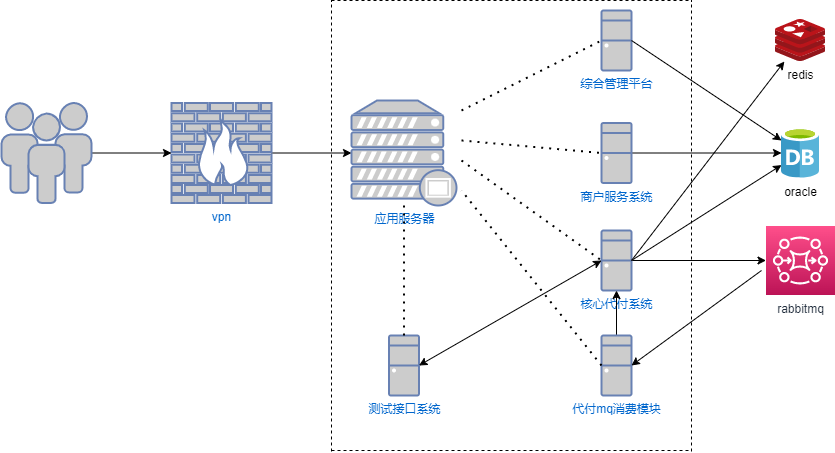
Earlier version of the draw.io export 代付部署架构图.png (songyibo2019/mydiagrams). Source tidied: cells renumbered, new cells last; positions are measured from the earlier drawing's top-left corner, leaving out a move shared by most shapes. Its diagram source:
```xml
<mxGraphModel>
  <root>
    <mxCell id="0" />
    <mxCell id="1" parent="0" />
    <mxCell id="2" style="edgeStyle=orthogonalEdgeStyle;rounded=0;jettySize=auto;html=1;exitX=1;exitY=0.5;exitDx=0;exitDy=0;exitPerimeter=0;entryX=0;entryY=0.5;entryDx=0;entryDy=0;entryPerimeter=0;" parent="1" edge="1" source="3" target="11">
      <mxGeometry relative="1" as="geometry" />
    </mxCell>
    <mxCell id="3" value="vpn" style="fontColor=#0066CC;verticalAlign=top;verticalLabelPosition=bottom;labelPosition=center;align=center;html=1;outlineConnect=0;fillColor=#CCCCCC;strokeColor=#6881B3;gradientColor=none;gradientDirection=north;strokeWidth=2;shape=mxgraph.networks.firewall;" parent="1" vertex="1">
      <mxGeometry x="170" y="102.5" width="100" height="100" as="geometry" />
    </mxCell>
    <mxCell id="4" value="综合管理平台" style="fontColor=#0066CC;verticalAlign=top;verticalLabelPosition=bottom;labelPosition=center;align=center;html=1;outlineConnect=0;fillColor=#CCCCCC;strokeColor=#6881B3;gradientColor=none;gradientDirection=north;strokeWidth=2;shape=mxgraph.networks.desktop_pc;" parent="1" vertex="1">
      <mxGeometry x="600" y="10" width="30" height="60" as="geometry" />
    </mxCell>
    <mxCell id="5" style="edgeStyle=orthogonalEdgeStyle;rounded=0;jettySize=auto;html=1;exitX=1;exitY=0.5;exitDx=0;exitDy=0;exitPerimeter=0;entryX=0;entryY=0.5;entryDx=0;entryDy=0;entryPerimeter=0;" parent="1" edge="1" source="6" target="3">
      <mxGeometry relative="1" as="geometry" />
    </mxCell>
    <mxCell id="6" style="fontColor=#0066CC;verticalAlign=top;verticalLabelPosition=bottom;labelPosition=center;align=center;html=1;outlineConnect=0;fillColor=#CCCCCC;strokeColor=#6881B3;gradientColor=none;gradientDirection=north;strokeWidth=2;shape=mxgraph.networks.users;" parent="1" vertex="1">
      <mxGeometry y="102.5" width="90" height="100" as="geometry" />
    </mxCell>
    <mxCell id="7" style="edgeStyle=orthogonalEdgeStyle;rounded=0;jettySize=auto;html=1;exitX=1;exitY=0.5;exitDx=0;exitDy=0;exitPerimeter=0;" parent="1" edge="1" source="8" target="14">
      <mxGeometry relative="1" as="geometry" />
    </mxCell>
    <mxCell id="8" value="商户服务系统" style="fontColor=#0066CC;verticalAlign=top;verticalLabelPosition=bottom;labelPosition=center;align=center;html=1;outlineConnect=0;fillColor=#CCCCCC;strokeColor=#6881B3;gradientColor=none;gradientDirection=north;strokeWidth=2;shape=mxgraph.networks.desktop_pc;" parent="1" vertex="1">
      <mxGeometry x="600" y="122.5" width="30" height="60" as="geometry" />
    </mxCell>
    <mxCell id="9" style="edgeStyle=orthogonalEdgeStyle;rounded=0;jettySize=auto;html=1;exitX=1;exitY=0.5;exitDx=0;exitDy=0;exitPerimeter=0;entryX=0;entryY=0.5;entryDx=0;entryDy=0;entryPerimeter=0;" parent="1" edge="1" source="10" target="13">
      <mxGeometry relative="1" as="geometry" />
    </mxCell>
    <mxCell id="10" value="核心代付系统" style="fontColor=#0066CC;verticalAlign=top;verticalLabelPosition=bottom;labelPosition=center;align=center;html=1;outlineConnect=0;fillColor=#CCCCCC;strokeColor=#6881B3;gradientColor=none;gradientDirection=north;strokeWidth=2;shape=mxgraph.networks.desktop_pc;" parent="1" vertex="1">
      <mxGeometry x="600" y="230" width="30" height="60" as="geometry" />
    </mxCell>
    <mxCell id="11" value="应用服务器" style="fontColor=#0066CC;verticalAlign=top;verticalLabelPosition=bottom;labelPosition=center;align=center;html=1;outlineConnect=0;fillColor=#CCCCCC;strokeColor=#6881B3;gradientColor=none;gradientDirection=north;strokeWidth=2;shape=mxgraph.networks.proxy_server;" parent="1" vertex="1">
      <mxGeometry x="350" y="100" width="105" height="105" as="geometry" />
    </mxCell>
    <mxCell id="12" value="redis" style="sketch=0;html=1;points=[];align=center;image;fontSize=12;image=img/lib/mscae/Cache_Redis_Product.svg;" parent="1" vertex="1">
      <mxGeometry x="774" y="19" width="50" height="42" as="geometry" />
    </mxCell>
    <mxCell id="13" value="rabbitmq" style="sketch=0;points=[[0,0,0],[0.25,0,0],[0.5,0,0],[0.75,0,0],[1,0,0],[0,1,0],[0.25,1,0],[0.5,1,0],[0.75,1,0],[1,1,0],[0,0.25,0],[0,0.5,0],[0,0.75,0],[1,0.25,0],[1,0.5,0],[1,0.75,0]];outlineConnect=0;fontColor=#232F3E;gradientColor=#FF4F8B;gradientDirection=north;fillColor=#BC1356;strokeColor=#ffffff;dashed=0;verticalLabelPosition=bottom;verticalAlign=top;align=center;html=1;fontSize=12;fontStyle=0;shape=mxgraph.aws4.resourceIcon;resIcon=mxgraph.aws4.mq;" parent="1" vertex="1">
      <mxGeometry x="764.5" y="225.5" width="69" height="69" as="geometry" />
    </mxCell>
    <mxCell id="14" value="oracle" style="sketch=0;html=1;points=[];align=center;image;fontSize=12;image=img/lib/mscae/Database_General.svg;" parent="1" vertex="1">
      <mxGeometry x="780" y="127.5" width="38" height="50" as="geometry" />
    </mxCell>
    <mxCell id="15" style="endArrow=classic;html=1;rounded=0;exitX=1;exitY=0.5;exitDx=0;exitDy=0;exitPerimeter=0;" parent="1" edge="1" source="4">
      <mxGeometry relative="1" as="geometry">
        <mxPoint x="780" y="140" as="targetPoint" />
      </mxGeometry>
    </mxCell>
    <mxCell id="16" style="endArrow=classic;html=1;rounded=0;exitX=1;exitY=0.5;exitDx=0;exitDy=0;exitPerimeter=0;" parent="1" edge="1" source="10" target="14">
      <mxGeometry relative="1" as="geometry" />
    </mxCell>
    <mxCell id="17" style="endArrow=none;dashed=1;html=1;rounded=0;" parent="1" edge="1">
      <mxGeometry relative="1" as="geometry">
        <mxPoint x="330" y="451" as="sourcePoint" />
        <mxPoint x="330" as="targetPoint" />
      </mxGeometry>
    </mxCell>
    <mxCell id="18" style="endArrow=none;dashed=1;html=1;rounded=0;" parent="1" edge="1">
      <mxGeometry relative="1" as="geometry">
        <mxPoint x="330" as="sourcePoint" />
        <mxPoint x="690" as="targetPoint" />
      </mxGeometry>
    </mxCell>
    <mxCell id="19" style="endArrow=none;dashed=1;html=1;rounded=0;" parent="1" edge="1">
      <mxGeometry relative="1" as="geometry">
        <mxPoint x="330" y="450" as="sourcePoint" />
        <mxPoint x="690" y="450" as="targetPoint" />
      </mxGeometry>
    </mxCell>
    <mxCell id="20" style="endArrow=none;dashed=1;html=1;rounded=0;" parent="1" edge="1">
      <mxGeometry relative="1" as="geometry">
        <mxPoint x="690" y="451" as="sourcePoint" />
        <mxPoint x="690" as="targetPoint" />
      </mxGeometry>
    </mxCell>
    <mxCell id="21" style="endArrow=none;dashed=1;html=1;dashPattern=1 3;strokeWidth=2;rounded=0;entryX=0;entryY=0.5;entryDx=0;entryDy=0;entryPerimeter=0;" parent="1" edge="1" target="4">
      <mxGeometry relative="1" as="geometry">
        <mxPoint x="460" y="110" as="sourcePoint" />
      </mxGeometry>
    </mxCell>
    <mxCell id="22" style="endArrow=none;dashed=1;html=1;dashPattern=1 3;strokeWidth=2;rounded=0;entryX=0;entryY=0.5;entryDx=0;entryDy=0;entryPerimeter=0;" parent="1" edge="1" target="8">
      <mxGeometry relative="1" as="geometry">
        <mxPoint x="460" y="140" as="sourcePoint" />
      </mxGeometry>
    </mxCell>
    <mxCell id="23" style="endArrow=none;dashed=1;html=1;dashPattern=1 3;strokeWidth=2;rounded=0;entryX=0;entryY=0.5;entryDx=0;entryDy=0;entryPerimeter=0;" parent="1" edge="1" target="10">
      <mxGeometry relative="1" as="geometry">
        <mxPoint x="460" y="160" as="sourcePoint" />
      </mxGeometry>
    </mxCell>
    <mxCell id="24" value="测试接口系统" style="fontColor=#0066CC;verticalAlign=top;verticalLabelPosition=bottom;labelPosition=center;align=center;html=1;outlineConnect=0;fillColor=#CCCCCC;strokeColor=#6881B3;gradientColor=none;gradientDirection=north;strokeWidth=2;shape=mxgraph.networks.desktop_pc;" parent="1" vertex="1">
      <mxGeometry x="387.5" y="335" width="30" height="60" as="geometry" />
    </mxCell>
    <mxCell id="25" style="endArrow=none;dashed=1;html=1;dashPattern=1 3;strokeWidth=2;rounded=0;exitX=0.5;exitY=0;exitDx=0;exitDy=0;exitPerimeter=0;" parent="1" edge="1" source="24" target="11">
      <mxGeometry relative="1" as="geometry" />
    </mxCell>
    <mxCell id="26" style="endArrow=classic;html=1;rounded=0;exitX=1;exitY=0.5;exitDx=0;exitDy=0;exitPerimeter=0;" parent="1" edge="1" source="10" target="12">
      <mxGeometry relative="1" as="geometry" />
    </mxCell>
    <mxCell id="27" style="edgeStyle=orthogonalEdgeStyle;rounded=0;jettySize=auto;html=1;exitX=0.5;exitY=0;exitDx=0;exitDy=0;exitPerimeter=0;" parent="1" edge="1" source="28" target="10">
      <mxGeometry relative="1" as="geometry" />
    </mxCell>
    <mxCell id="28" value="代付mq消费模块" style="fontColor=#0066CC;verticalAlign=top;verticalLabelPosition=bottom;labelPosition=center;align=center;html=1;outlineConnect=0;fillColor=#CCCCCC;strokeColor=#6881B3;gradientColor=none;gradientDirection=north;strokeWidth=2;shape=mxgraph.networks.desktop_pc;" parent="1" vertex="1">
      <mxGeometry x="600" y="335" width="30" height="60" as="geometry" />
    </mxCell>
    <mxCell id="29" style="endArrow=none;dashed=1;html=1;dashPattern=1 3;strokeWidth=2;rounded=0;exitX=0;exitY=0.5;exitDx=0;exitDy=0;exitPerimeter=0;" parent="1" edge="1" source="28">
      <mxGeometry relative="1" as="geometry">
        <mxPoint x="460" y="190" as="targetPoint" />
      </mxGeometry>
    </mxCell>
    <mxCell id="30" style="endArrow=classic;html=1;rounded=0;entryX=1;entryY=0.5;entryDx=0;entryDy=0;entryPerimeter=0;" parent="1" edge="1" target="28">
      <mxGeometry relative="1" as="geometry">
        <mxPoint x="760" y="270" as="sourcePoint" />
      </mxGeometry>
    </mxCell>
    <mxCell id="31" style="endArrow=classic;startArrow=classic;html=1;rounded=0;exitX=1;exitY=0.5;exitDx=0;exitDy=0;exitPerimeter=0;entryX=0;entryY=0.5;entryDx=0;entryDy=0;entryPerimeter=0;" parent="1" edge="1" source="24" target="10">
      <mxGeometry relative="1" as="geometry" />
    </mxCell>
  </root>
</mxGraphModel>
```
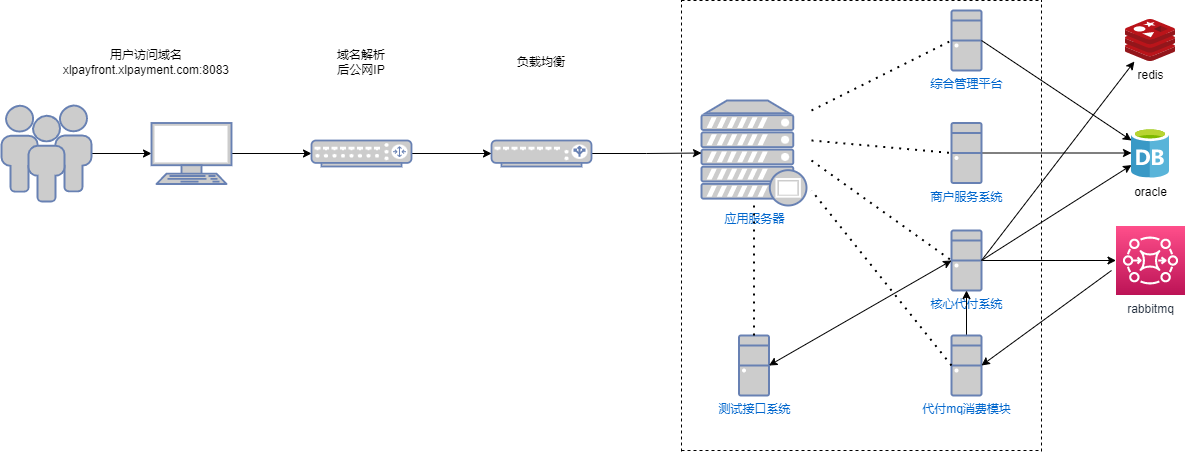
The same file after the commit.

Commit message:
Update 代付部署架构图.png

Diff of the diagram source:
```diff
@@ -2,20 +2,14 @@
   <root>
     <mxCell id="0" />
     <mxCell id="1" parent="0" />
-    <mxCell id="2" style="edgeStyle=orthogonalEdgeStyle;rounded=0;jettySize=auto;html=1;exitX=1;exitY=0.5;exitDx=0;exitDy=0;exitPerimeter=0;entryX=0;entryY=0.5;entryDx=0;entryDy=0;entryPerimeter=0;" parent="1" edge="1" source="3" target="11">
-      <mxGeometry relative="1" as="geometry" />
-    </mxCell>
-    <mxCell id="3" value="vpn" style="fontColor=#0066CC;verticalAlign=top;verticalLabelPosition=bottom;labelPosition=center;align=center;html=1;outlineConnect=0;fillColor=#CCCCCC;strokeColor=#6881B3;gradientColor=none;gradientDirection=north;strokeWidth=2;shape=mxgraph.networks.firewall;" parent="1" vertex="1">
-      <mxGeometry x="170" y="102.5" width="100" height="100" as="geometry" />
-    </mxCell>
     <mxCell id="4" value="综合管理平台" style="fontColor=#0066CC;verticalAlign=top;verticalLabelPosition=bottom;labelPosition=center;align=center;html=1;outlineConnect=0;fillColor=#CCCCCC;strokeColor=#6881B3;gradientColor=none;gradientDirection=north;strokeWidth=2;shape=mxgraph.networks.desktop_pc;" parent="1" vertex="1">
       <mxGeometry x="600" y="10" width="30" height="60" as="geometry" />
     </mxCell>
-    <mxCell id="5" style="edgeStyle=orthogonalEdgeStyle;rounded=0;jettySize=auto;html=1;exitX=1;exitY=0.5;exitDx=0;exitDy=0;exitPerimeter=0;entryX=0;entryY=0.5;entryDx=0;entryDy=0;entryPerimeter=0;" parent="1" edge="1" source="6" target="3">
-      <mxGeometry relative="1" as="geometry" />
-    </mxCell>
+    <mxCell id="32" style="edgeStyle=orthogonalEdgeStyle;rounded=0;jettySize=auto;html=1;exitX=1;exitY=0.5;exitDx=0;exitDy=0;exitPerimeter=0;" parent="1" edge="1" source="6" target="36">
+      <mxGeometry relative="1" as="geometry" />
+    </mxCell>
     <mxCell id="6" style="fontColor=#0066CC;verticalAlign=top;verticalLabelPosition=bottom;labelPosition=center;align=center;html=1;outlineConnect=0;fillColor=#CCCCCC;strokeColor=#6881B3;gradientColor=none;gradientDirection=north;strokeWidth=2;shape=mxgraph.networks.users;" parent="1" vertex="1">
-      <mxGeometry y="102.5" width="90" height="100" as="geometry" />
+      <mxGeometry x="-350" y="105" width="90" height="96" as="geometry" />
     </mxCell>
     <mxCell id="7" style="edgeStyle=orthogonalEdgeStyle;rounded=0;jettySize=auto;html=1;exitX=1;exitY=0.5;exitDx=0;exitDy=0;exitPerimeter=0;" parent="1" edge="1" source="8" target="14">
       <mxGeometry relative="1" as="geometry" />
@@ -116,5 +110,32 @@
     <mxCell id="31" style="endArrow=classic;startArrow=classic;html=1;rounded=0;exitX=1;exitY=0.5;exitDx=0;exitDy=0;exitPerimeter=0;entryX=0;entryY=0.5;entryDx=0;entryDy=0;entryPerimeter=0;" parent="1" edge="1" source="24" target="10">
       <mxGeometry relative="1" as="geometry" />
     </mxCell>
+    <mxCell id="33" style="edgeStyle=orthogonalEdgeStyle;rounded=0;jettySize=auto;html=1;exitX=1;exitY=0.5;exitDx=0;exitDy=0;exitPerimeter=0;" parent="1" edge="1" source="34" target="11">
+      <mxGeometry relative="1" as="geometry" />
+    </mxCell>
+    <mxCell id="34" style="fontColor=#0066CC;verticalAlign=top;verticalLabelPosition=bottom;labelPosition=center;align=center;html=1;outlineConnect=0;fillColor=#CCCCCC;strokeColor=#6881B3;gradientColor=none;gradientDirection=north;strokeWidth=2;shape=mxgraph.networks.load_balancer;" parent="1" vertex="1">
+      <mxGeometry x="140" y="140" width="100" height="26" as="geometry" />
+    </mxCell>
+    <mxCell id="35" style="edgeStyle=orthogonalEdgeStyle;rounded=0;jettySize=auto;html=1;exitX=1;exitY=0.5;exitDx=0;exitDy=0;exitPerimeter=0;entryX=0;entryY=0.5;entryDx=0;entryDy=0;entryPerimeter=0;" parent="1" edge="1" source="36" target="38">
+      <mxGeometry relative="1" as="geometry" />
+    </mxCell>
+    <mxCell id="36" style="fontColor=#0066CC;verticalAlign=top;verticalLabelPosition=bottom;labelPosition=center;align=center;html=1;outlineConnect=0;fillColor=#CCCCCC;strokeColor=#6881B3;gradientColor=none;gradientDirection=north;strokeWidth=2;shape=mxgraph.networks.terminal;" parent="1" vertex="1">
+      <mxGeometry x="-200" y="122.5" width="80" height="61" as="geometry" />
+    </mxCell>
+    <mxCell id="37" style="edgeStyle=orthogonalEdgeStyle;rounded=0;jettySize=auto;html=1;exitX=1;exitY=0.5;exitDx=0;exitDy=0;exitPerimeter=0;entryX=0;entryY=0.5;entryDx=0;entryDy=0;entryPerimeter=0;" parent="1" edge="1" source="38" target="34">
+      <mxGeometry relative="1" as="geometry" />
+    </mxCell>
+    <mxCell id="38" style="fontColor=#0066CC;verticalAlign=top;verticalLabelPosition=bottom;labelPosition=center;align=center;html=1;outlineConnect=0;fillColor=#CCCCCC;strokeColor=#6881B3;gradientColor=none;gradientDirection=north;strokeWidth=2;shape=mxgraph.networks.router;" parent="1" vertex="1">
+      <mxGeometry x="-40" y="140" width="100" height="26" as="geometry" />
+    </mxCell>
+    <mxCell id="39" value="用户访问域名xlpayfront.xlpayment.com:8083" style="text;html=1;strokeColor=none;fillColor=none;align=center;verticalAlign=middle;whiteSpace=wrap;rounded=0;" parent="1" vertex="1">
+      <mxGeometry x="-300" y="43.5" width="190" height="36" as="geometry" />
+    </mxCell>
+    <mxCell id="40" value="域名解析后公网IP" style="text;html=1;strokeColor=none;fillColor=none;align=center;verticalAlign=middle;whiteSpace=wrap;rounded=0;" parent="1" vertex="1">
+      <mxGeometry x="-20" y="48.5" width="60" height="26" as="geometry" />
+    </mxCell>
+    <mxCell id="41" value="负载均衡" style="text;html=1;strokeColor=none;fillColor=none;align=center;verticalAlign=middle;whiteSpace=wrap;rounded=0;" parent="1" vertex="1">
+      <mxGeometry x="160" y="48.5" width="60" height="26" as="geometry" />
+    </mxCell>
   </root>
 </mxGraphModel>
```
